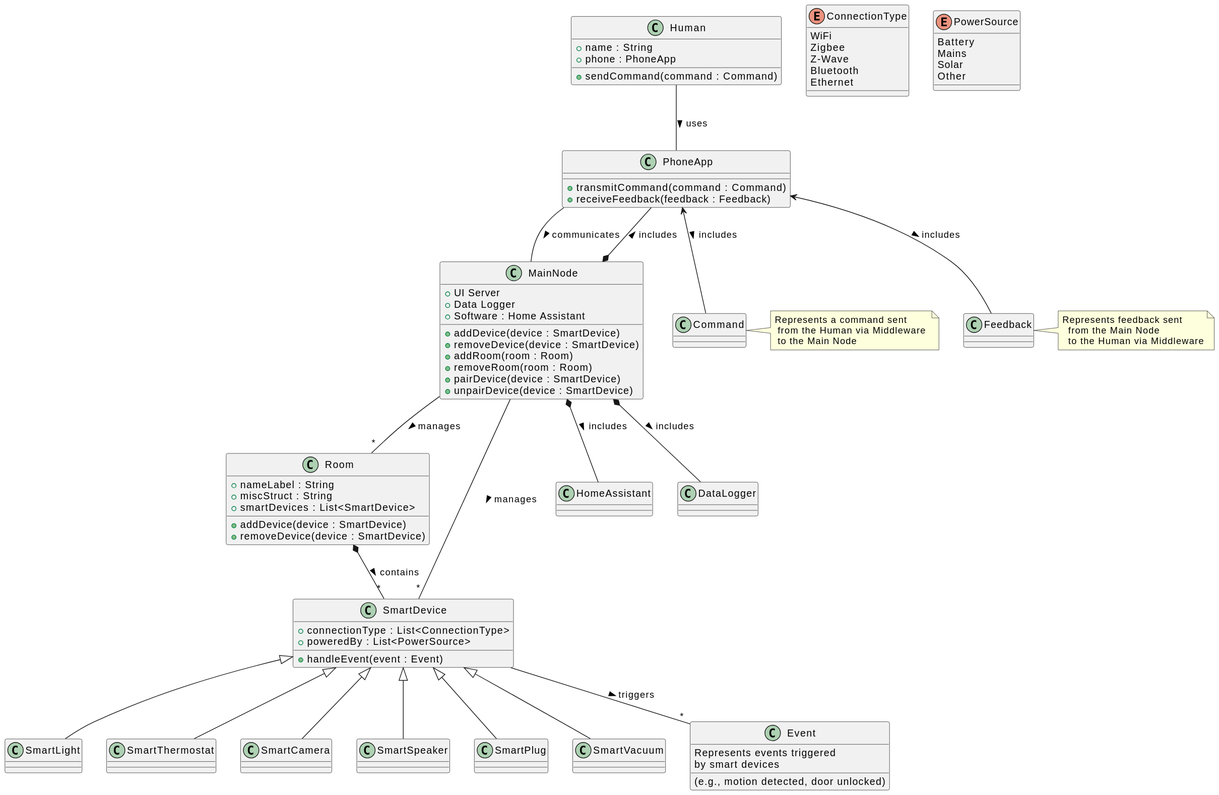
Above: diagram.svg in OkunElya/UML-OOP (PlantUML), before the change.
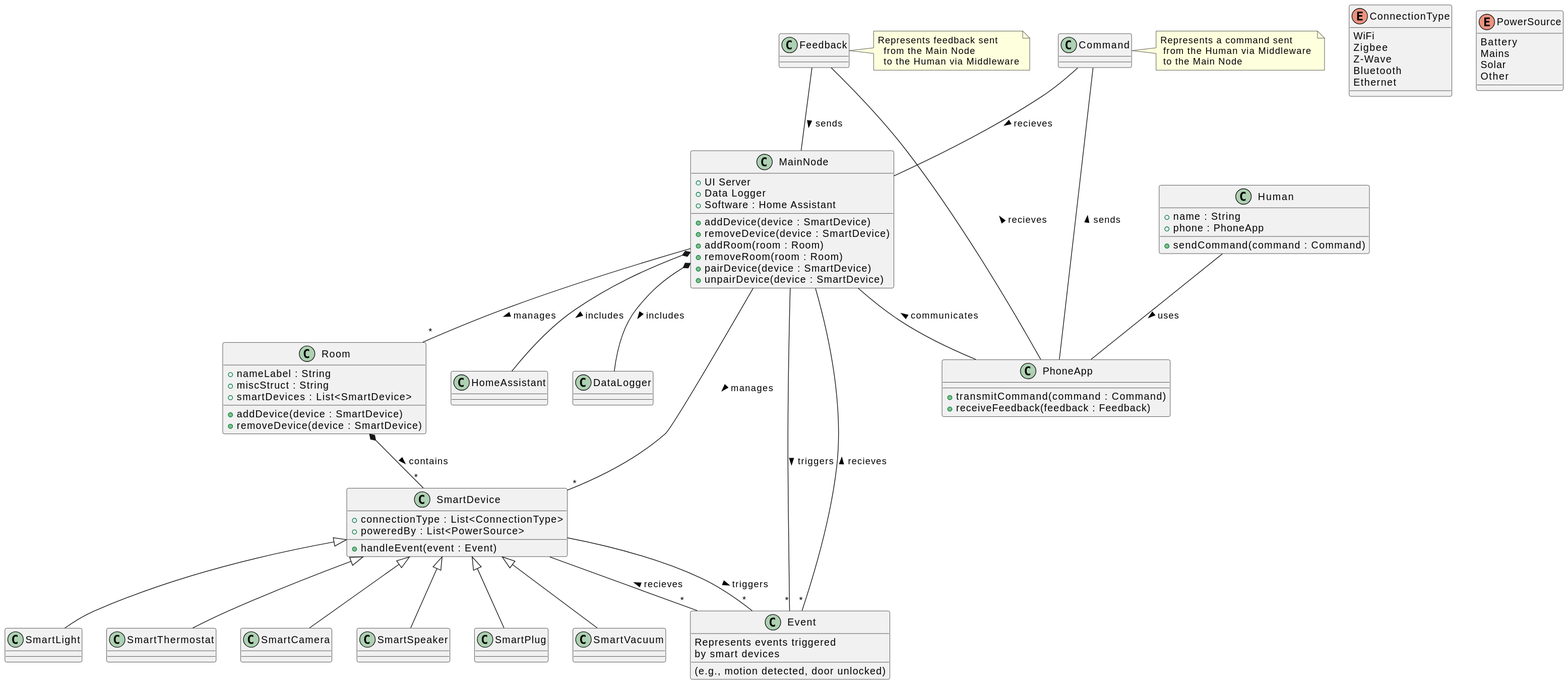
After the change.

Commit message:
fixed wrong connection types, connected node to the main class

What changed in the source:
```diff
@@ -93,7 +93,7 @@
 MainNode -- "*" SmartDevice : manages >
 MainNode *-- HomeAssistant : includes >
 MainNode *-- DataLogger : includes >
-MainNode *-- PhoneApp : includes >
+
 
 Room *-- "*" SmartDevice : contains >
 
@@ -105,9 +105,16 @@
 SmartDevice <|-- SmartVacuum
 
 SmartDevice -- "*" Event : triggers >
+MainNode-- "*" Event : triggers >
+
+SmartDevice -- "*" Event : recieves <
+MainNode-- "*" Event : recieves <
+
 
 Human -- PhoneApp : uses >
-PhoneApp -- MainNode : communicates >
-PhoneApp  <-- Feedback : includes  >
-PhoneApp  <-- Command : includes  >
+PhoneApp --u MainNode : communicates >
+PhoneApp  -u- Feedback : recieves >
+PhoneApp  -u- Command : sends >
+MainNode  -u- Feedback : sends <
+MainNode  -u- Command : recieves <
 @enduml
```
